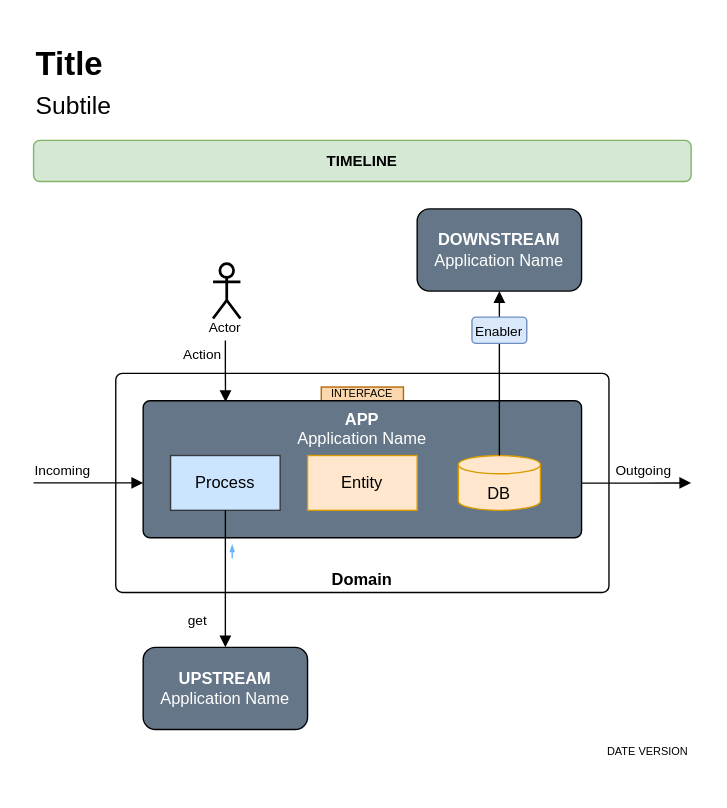
Above: page "Example" (4 of 6) of story telling.drawio in Hieronymu5/conceptual (draw.io), before the change. Source tidied: cells renumbered, new cells numbered last; positions are measured from the earlier drawing's top-left corner, leaving out a move shared by most shapes. Both pictures are drawn from the tidied source at 137%, with x=0, y=0 at pixel (33, 44).
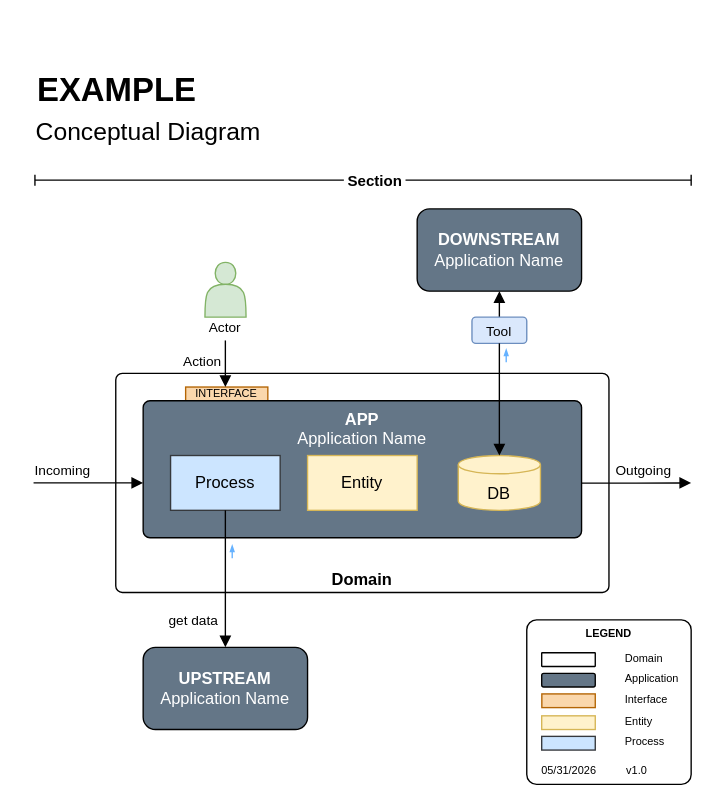
The same diagram, later.

Commit message (it also covers changes not shown here):
feat(diagrams): add new conceptual diagrams and update shared library

Unchanged cells that the change refers to:
```xml
<mxCell id="3" value="&lt;b&gt;DOWNSTREAM&lt;/b&gt;&lt;br&gt;Application Name" style="rounded=1;whiteSpace=wrap;html=1;fillColor=#647687;strokeColor=#000000;fontColor=#ffffff;glass=0;shadow=0;" parent="1" vertex="1">
  <mxGeometry x="280" y="120" width="120" height="60" as="geometry" />
</mxCell>
<mxCell id="10" value="&lt;b&gt;APP&lt;/b&gt;&lt;br&gt;Application Name" style="rounded=1;whiteSpace=wrap;html=1;fillColor=#647687;strokeColor=#000000;fontColor=#ffffff;glass=0;shadow=0;arcSize=5;verticalAlign=top;" parent="1" vertex="1">
  <mxGeometry x="80" y="260" width="320" height="100" as="geometry" />
</mxCell>
```

Change to the diagram source:
```diff
@@
-    <mxCell id="4" value="&lt;b style=&quot;font-size: 11px; white-space: nowrap;&quot;&gt;TIMELINE&lt;/b&gt;" style="rounded=1;whiteSpace=wrap;html=1;fillColor=#d5e8d4;strokeColor=#82b366;" parent="1" vertex="1">
-      <mxGeometry y="70" width="480" height="30" as="geometry" />
-    </mxCell>
     <mxCell id="5" style="group;" parent="1" vertex="1">
-      <mxGeometry x="210" y="250" width="60" height="12" as="geometry" />
+      <mxGeometry x="111" y="250" width="60" height="12" as="geometry" />
     </mxCell>
@@
-    <mxCell id="8" style="edgeStyle=orthogonalEdgeStyle;rounded=0;jettySize=auto;html=1;endArrow=block;endFill=1;exitX=0.5;exitY=1;exitDx=0;exitDy=0;entryX=0.188;entryY=0.01;entryDx=0;entryDy=0;entryPerimeter=0;" parent="1" edge="1" source="16" target="10">
-      <mxGeometry relative="1" as="geometry" />
+    <mxCell id="8" style="edgeStyle=orthogonalEdgeStyle;rounded=0;jettySize=auto;html=1;endArrow=block;endFill=1;exitX=0.5;exitY=1;exitDx=0;exitDy=0;" parent="1" edge="1" source="16">
+      <mxGeometry relative="1" as="geometry">
+        <mxPoint x="140" y="250" as="targetPoint" />
+      </mxGeometry>
     </mxCell>
     <mxCell id="9" value="&lt;font style=&quot;font-size: 10px;&quot;&gt;Action&lt;/font&gt;" style="edgeLabel;html=1;align=center;verticalAlign=middle;" parent="8" vertex="1">
       <mxGeometry x="0.19" y="-1" relative="1" as="geometry">
-        <mxPoint x="-17" y="-17" as="offset" />
+        <mxPoint x="-17" y="-6" as="offset" />
       </mxGeometry>
     </mxCell>
@@
-    <mxCell id="12" value="Entity" style="rounded=0;whiteSpace=wrap;html=1;fillColor=#ffe6cc;strokeColor=#d79b00;" parent="1" vertex="1">
+    <mxCell id="12" value="Entity" style="rounded=0;whiteSpace=wrap;html=1;fillColor=#fff2cc;strokeColor=#d6b656;" parent="1" vertex="1">
       <mxGeometry x="200" y="300" width="80" height="40" as="geometry" />
     </mxCell>
-    <mxCell id="13" value="&lt;div&gt;&lt;br&gt;&lt;/div&gt;DB" style="strokeWidth=1;html=1;shape=mxgraph.flowchart.database;whiteSpace=wrap;fillColor=#ffe6cc;strokeColor=#d79b00;" parent="1" vertex="1">
+    <mxCell id="13" value="&lt;div&gt;&lt;br&gt;&lt;/div&gt;DB" style="strokeWidth=1;html=1;shape=mxgraph.flowchart.database;whiteSpace=wrap;fillColor=#fff2cc;strokeColor=#d6b656;" parent="1" vertex="1">
       <mxGeometry x="310" y="300" width="60" height="40" as="geometry" />
     </mxCell>
@@
-    <mxCell id="15" style="group;" parent="1" vertex="1">
-      <mxGeometry x="115" y="160" width="40" height="60" as="geometry" />
-    </mxCell>
-    <mxCell id="16" value="&lt;font style=&quot;font-size: 10px;&quot;&gt;Actor&lt;/font&gt;" style="text;html=1;whiteSpace=wrap;strokeColor=none;fillColor=none;align=center;verticalAlign=middle;rounded=0;" parent="15" vertex="1">
-      <mxGeometry x="5" y="36" width="40" height="20" as="geometry" />
-    </mxCell>
-    <mxCell id="17" style="shape=umlActor;verticalLabelPosition=bottom;verticalAlign=top;html=1;strokeWidth=2;shadow=0;" parent="15" vertex="1">
-      <mxGeometry x="16" width="20" height="40" as="geometry" />
-    </mxCell>
@@
-    <mxCell id="24" value="&lt;font style=&quot;font-size: 10px;&quot;&gt;&lt;font&gt;get&lt;/font&gt;&lt;/font&gt;" style="text;html=1;whiteSpace=wrap;strokeColor=none;fillColor=none;align=center;verticalAlign=middle;rounded=0;fontSize=11;" parent="1" vertex="1">
-      <mxGeometry x="110" y="410" width="20" height="20" as="geometry" />
+    <mxCell id="24" value="&lt;font style=&quot;font-size: 10px;&quot;&gt;&lt;font&gt;get data&lt;/font&gt;&lt;/font&gt;" style="text;html=1;whiteSpace=wrap;strokeColor=none;fillColor=none;align=center;verticalAlign=middle;rounded=0;fontSize=11;" parent="1" vertex="1">
+      <mxGeometry x="97" y="410" width="40" height="20" as="geometry" />
     </mxCell>
@@
-    <mxCell id="26" style="edgeStyle=orthogonalEdgeStyle;rounded=0;jettySize=auto;html=1;endArrow=block;endFill=1;exitX=0.5;exitY=0;exitDx=0;exitDy=0;entryX=0.5;entryY=1;entryDx=0;entryDy=0;exitPerimeter=0;" parent="1" edge="1" source="13" target="3">
+    <mxCell id="26" style="edgeStyle=orthogonalEdgeStyle;rounded=0;jettySize=auto;html=1;endArrow=block;endFill=1;exitX=0.5;exitY=0;exitDx=0;exitDy=0;entryX=0.5;entryY=1;entryDx=0;entryDy=0;" parent="1" edge="1" source="27" target="3">
       <mxGeometry relative="1" as="geometry" />
     </mxCell>
-    <mxCell id="27" value="&lt;span style=&quot;font-size: 10px;&quot;&gt;Enabler&lt;/span&gt;" style="rounded=1;whiteSpace=wrap;html=1;fillColor=#dae8fc;strokeColor=#6c8ebf;" parent="1" vertex="1">
+    <mxCell id="27" value="&lt;span style=&quot;font-size: 10px;&quot;&gt;Tool&lt;/span&gt;" style="rounded=1;whiteSpace=wrap;html=1;fillColor=#dae8fc;strokeColor=#6c8ebf;" parent="1" vertex="1">
       <mxGeometry x="320" y="199" width="40" height="19.1" as="geometry" />
     </mxCell>
-    <mxCell id="28" value="&lt;h1&gt;Title&lt;/h1&gt;" style="text;html=1;whiteSpace=wrap;strokeColor=none;fillColor=none;align=left;verticalAlign=middle;rounded=0;" parent="1" vertex="1">
-      <mxGeometry width="140" height="30" as="geometry" />
-    </mxCell>
-    <mxCell id="29" value="&lt;h2&gt;&lt;span style=&quot;font-weight: normal;&quot;&gt;Subtile&lt;/span&gt;&lt;/h2&gt;" style="text;html=1;whiteSpace=wrap;strokeColor=none;fillColor=none;align=left;verticalAlign=middle;rounded=0;" parent="1" vertex="1">
-      <mxGeometry y="30" width="170" height="30" as="geometry" />
-    </mxCell>
-    <mxCell id="30" value="&lt;br&gt;&lt;div&gt;DATE VERSION&lt;/div&gt;" style="text;html=1;whiteSpace=wrap;strokeColor=none;fillColor=none;align=right;verticalAlign=middle;rounded=0;fontSize=8;" parent="1" vertex="1">
-      <mxGeometry x="410" y="510" width="70" as="geometry" />
-    </mxCell>
+    <mxCell id="31" style="edgeStyle=orthogonalEdgeStyle;rounded=0;jettySize=auto;html=1;endArrow=block;endFill=1;exitX=0.5;exitY=1;exitDx=0;exitDy=0;entryX=0.5;entryY=0;entryDx=0;entryDy=0;entryPerimeter=0;" parent="1" edge="1" source="27" target="13">
+      <mxGeometry relative="1" as="geometry" />
+    </mxCell>
+    <mxCell id="32" style="endArrow=blockThin;html=1;rounded=0;endFill=1;endSize=3;strokeColor=#66B2FF;" parent="1" edge="1">
+      <mxGeometry relative="1" as="geometry">
+        <mxPoint x="345" y="232" as="sourcePoint" />
+        <mxPoint x="345" y="222" as="targetPoint" />
+      </mxGeometry>
+    </mxCell>
+    <mxCell id="33" style="group;" parent="1" vertex="1">
+      <mxGeometry x="360" y="420" width="120" height="120" as="geometry" />
+    </mxCell>
+    <mxCell id="34" style="whiteSpace=wrap;html=1;rounded=1;glass=0;shadow=0;arcSize=6;fillColor=none;" parent="33" vertex="1">
+      <mxGeometry width="120" height="120" as="geometry" />
+    </mxCell>
+    <mxCell id="35" value="&lt;div style=&quot;&quot;&gt;&lt;span style=&quot;text-align: right;&quot;&gt;05/31/2026&lt;/span&gt;&lt;/div&gt;" style="text;html=1;whiteSpace=wrap;strokeColor=none;fillColor=none;align=left;verticalAlign=middle;rounded=0;fontSize=8;" parent="33" vertex="1">
+      <mxGeometry x="8.9" y="105" width="54.5" height="10" as="geometry" />
+    </mxCell>
+    <mxCell id="36" style="rounded=0;whiteSpace=wrap;html=1;fillColor=#cce5ff;strokeColor=#36393d;" parent="33" vertex="1">
+      <mxGeometry x="10.9" y="85" width="39.1" height="10" as="geometry" />
+    </mxCell>
+    <mxCell id="37" style="rounded=0;whiteSpace=wrap;html=1;fillColor=#fff2cc;strokeColor=#d6b656;gradientColor=none;" parent="33" vertex="1">
+      <mxGeometry x="10.9" y="70" width="39.1" height="10" as="geometry" />
+    </mxCell>
+    <mxCell id="38" style="rounded=1;whiteSpace=wrap;html=1;fillColor=#647687;strokeColor=#000000;fontColor=#ffffff;glass=0;shadow=0;" parent="33" vertex="1">
+      <mxGeometry x="10.9" y="39" width="39.1" height="10" as="geometry" />
+    </mxCell>
+    <mxCell id="39" style="rounded=1;whiteSpace=wrap;html=1;verticalAlign=bottom;arcSize=3;fillColor=none;" parent="33" vertex="1">
+      <mxGeometry x="10.9" y="24" width="39.1" height="10" as="geometry" />
+    </mxCell>
+    <mxCell id="40" value="&lt;span style=&quot;font-size: 8px;&quot;&gt;Domain&lt;/span&gt;" style="text;html=1;whiteSpace=wrap;strokeColor=none;fillColor=none;align=left;verticalAlign=middle;rounded=0;" parent="33" vertex="1">
+      <mxGeometry x="69.5" y="22" width="43.6" height="10" as="geometry" />
+    </mxCell>
+    <mxCell id="41" value="&lt;span style=&quot;font-size: 8px;&quot;&gt;Application&lt;/span&gt;" style="text;html=1;whiteSpace=wrap;strokeColor=none;fillColor=none;align=left;verticalAlign=middle;rounded=0;" parent="33" vertex="1">
+      <mxGeometry x="69.5" y="37" width="43.6" height="10" as="geometry" />
+    </mxCell>
+    <mxCell id="42" value="&lt;span style=&quot;font-size: 8px;&quot;&gt;Entity&lt;/span&gt;" style="text;html=1;whiteSpace=wrap;strokeColor=none;fillColor=none;align=left;verticalAlign=middle;rounded=0;" parent="33" vertex="1">
+      <mxGeometry x="69.5" y="68" width="43.6" height="10" as="geometry" />
+    </mxCell>
+    <mxCell id="43" value="&lt;span style=&quot;font-size: 8px;&quot;&gt;Process&lt;/span&gt;" style="text;html=1;whiteSpace=wrap;strokeColor=none;fillColor=none;align=left;verticalAlign=middle;rounded=0;" parent="33" vertex="1">
+      <mxGeometry x="69.5" y="83" width="43.6" height="10" as="geometry" />
+    </mxCell>
+    <mxCell id="44" value="&lt;span&gt;&lt;b&gt;LEGEND&lt;/b&gt;&lt;/span&gt;" style="text;html=1;whiteSpace=wrap;strokeColor=none;fillColor=none;align=center;verticalAlign=middle;rounded=0;fontSize=8;" parent="33" vertex="1">
+      <mxGeometry x="40" y="5" width="40" height="10" as="geometry" />
+    </mxCell>
+    <mxCell id="45" value="&lt;span style=&quot;text-align: right;&quot;&gt;v1.0&lt;/span&gt;" style="text;html=1;whiteSpace=wrap;strokeColor=none;fillColor=none;align=left;verticalAlign=middle;rounded=0;fontSize=8;" parent="33" vertex="1">
+      <mxGeometry x="70.5" y="105" width="34.5" height="10" as="geometry" />
+    </mxCell>
+    <mxCell id="46" value="&lt;span style=&quot;font-size: 8px;&quot;&gt;Interface&lt;/span&gt;" style="text;html=1;whiteSpace=wrap;strokeColor=none;fillColor=none;align=left;verticalAlign=middle;rounded=0;" parent="33" vertex="1">
+      <mxGeometry x="69.5" y="52" width="43.6" height="10" as="geometry" />
+    </mxCell>
+    <mxCell id="47" style="rounded=0;whiteSpace=wrap;html=1;fillColor=#fad7ac;strokeColor=#b46504;" parent="33" vertex="1">
+      <mxGeometry x="11" y="54" width="39" height="10" as="geometry" />
+    </mxCell>
+    <mxCell id="48" value="&lt;h1&gt;EXAMPLE&lt;/h1&gt;" style="text;html=1;whiteSpace=wrap;strokeColor=none;fillColor=none;align=left;verticalAlign=middle;rounded=0;" parent="1" vertex="1">
+      <mxGeometry x="1" y="19" width="140" height="30" as="geometry" />
+    </mxCell>
+    <mxCell id="49" value="&lt;h2&gt;&lt;span style=&quot;font-weight: normal;&quot;&gt;Conceptual Diagram&lt;/span&gt;&lt;/h2&gt;" style="text;html=1;whiteSpace=wrap;strokeColor=none;fillColor=none;align=left;verticalAlign=middle;rounded=0;" parent="1" vertex="1">
+      <mxGeometry y="49" width="170" height="30" as="geometry" />
+    </mxCell>
+    <mxCell id="50" style="endArrow=baseDash;startArrow=baseDash;html=1;rounded=0;endFill=0;startFill=0;" parent="1" edge="1">
+      <mxGeometry relative="1" as="geometry">
+        <mxPoint x="1" y="99" as="sourcePoint" />
+        <mxPoint x="480" y="99" as="targetPoint" />
+      </mxGeometry>
+    </mxCell>
+    <mxCell id="51" value="&lt;b&gt;&amp;nbsp;Section&amp;nbsp;&lt;/b&gt;" style="edgeLabel;html=1;align=center;verticalAlign=middle;" parent="50" vertex="1">
+      <mxGeometry x="0.03" y="2" relative="1" as="geometry">
+        <mxPoint y="2" as="offset" />
+      </mxGeometry>
+    </mxCell>
+    <mxCell id="52" style="group;" parent="1" vertex="1">
+      <mxGeometry x="120" y="159" width="40" height="57" as="geometry" />
+    </mxCell>
+    <mxCell id="16" value="&lt;font style=&quot;font-size: 10px;&quot;&gt;Actor&lt;/font&gt;" style="text;html=1;whiteSpace=wrap;strokeColor=none;fillColor=none;align=center;verticalAlign=middle;rounded=0;" parent="52" vertex="1">
+      <mxGeometry y="37" width="40" height="20" as="geometry" />
+    </mxCell>
+    <mxCell id="53" style="shape=actor;whiteSpace=wrap;html=1;fillColor=#d5e8d4;strokeColor=#82b366;" parent="52" vertex="1">
+      <mxGeometry x="5.1" width="30" height="40" as="geometry" />
+    </mxCell>
```
